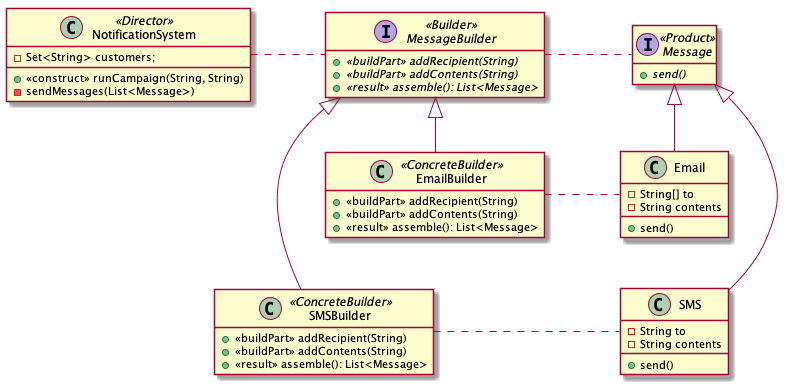
Earlier version of the PlantUML export creation/builder/uml/_example.png (ace-lectures/pattern-repository). Its diagram source:
```plantuml
@startuml

skinparam nodesep 75
skinparam ranksep 50
hide empty members

class NotificationSystem <<Director>> {
  - Set<String> customers;
  __
  + <<construct>> runCampaign(String, String)
  - sendMessages(List<Message>)
}

NotificationSystem . MessageBuilder

interface Message <<Product>> {
  + {abstract} send()
}

interface MessageBuilder <<Builder>> {
  + {abstract} <<buildPart>> addRecipient(String)
  + {abstract} <<buildPart>> addContents(String)
  + {abstract} <<result>> assemble(): List<Message>
}

MessageBuilder . Message

class Email {
  - String[] to
  - String contents
  __
  + send()
}
Message <|-- Email

class SMS {
  - String to
  - String contents
  __
  + send()
}
Message <|-- SMS

class EmailBuilder <<ConcreteBuilder>> {
  + <<buildPart>> addRecipient(String)
  + <<buildPart>> addContents(String)
  + <<result>> assemble(): List<Message>
}
EmailBuilder . Email
MessageBuilder <|-- EmailBuilder


class SMSBuilder <<ConcreteBuilder>> {
  + <<buildPart>> addRecipient(String)
  + <<buildPart>> addContents(String)
  + <<result>> assemble(): List<Message>
}

SMSBuilder . SMS
MessageBuilder <|-- SMSBuilder

Email -[hidden]- SMS

@enduml
```
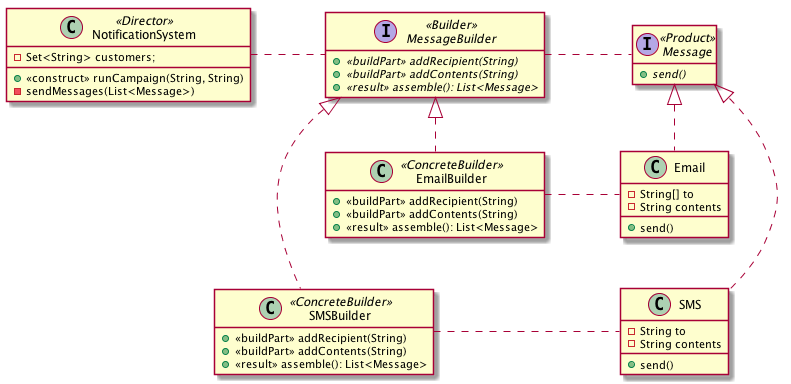
Above is the later version.

Diff of the diagram source:
```diff
@@ -31,7 +31,7 @@
   __
   + send()
 }
-Message <|-- Email
+Message <|.. Email
 
 class SMS {
   - String to
@@ -39,7 +39,7 @@
   __
   + send()
 }
-Message <|-- SMS
+Message <|.. SMS
 
 class EmailBuilder <<ConcreteBuilder>> {
   + <<buildPart>> addRecipient(String)
@@ -47,7 +47,7 @@
   + <<result>> assemble(): List<Message>
 }
 EmailBuilder . Email
-MessageBuilder <|-- EmailBuilder
+MessageBuilder <|.. EmailBuilder
 
 
 class SMSBuilder <<ConcreteBuilder>> {
@@ -57,7 +57,7 @@
 }
 
 SMSBuilder . SMS
-MessageBuilder <|-- SMSBuilder
+MessageBuilder <|.. SMSBuilder
 
 Email -[hidden]- SMS
 
```
